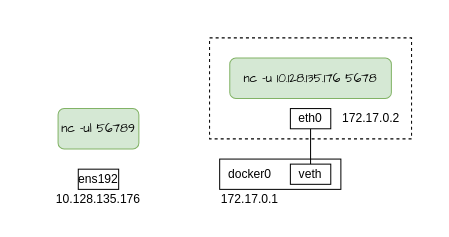
Above: trouble.drawio in Richard-Joe/draw-io (draw.io), before the change. Source tidied: cells renumbered, new cells numbered last; positions are measured from the earlier drawing's top-left corner, leaving out a move shared by most shapes. Both pictures are drawn from the tidied source at 101%, with x=0, y=0 at pixel (58, 37).
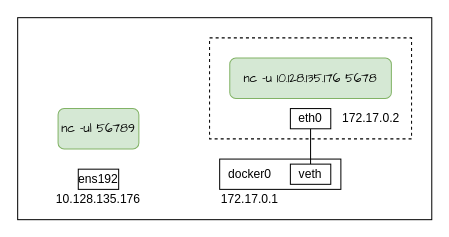
After the change.

Diff of the diagram source:
```diff
@@
 <mxGraphModel>
   <root>
     <mxCell id="0" />
     <mxCell id="1" parent="0" />
+    <mxCell id="14" style="rounded=0;whiteSpace=wrap;html=1;" parent="1" vertex="1">
+      <mxGeometry x="-40" y="-20" width="410" height="200" as="geometry" />
+    </mxCell>
     <mxCell id="2" style="rounded=0;whiteSpace=wrap;html=1;dashed=1;" parent="1" vertex="1">
       <mxGeometry x="150" width="200" height="100" as="geometry" />
     </mxCell>
     <mxCell id="3" value="&lt;font face=&quot;Comic Sans MS&quot;&gt;nc -ul 56789&lt;/font&gt;" style="rounded=1;whiteSpace=wrap;html=1;fillColor=#d5e8d4;strokeColor=#82b366;" parent="1" vertex="1">
       <mxGeometry y="70" width="80" height="40" as="geometry" />
     </mxCell>
     <mxCell id="4" value="&lt;font face=&quot;Comic Sans MS&quot;&gt;nc -u 10.128.135.176 5678&lt;/font&gt;" style="rounded=1;whiteSpace=wrap;html=1;fillColor=#d5e8d4;strokeColor=#82b366;" parent="1" vertex="1">
       <mxGeometry x="170" y="20" width="160" height="40" as="geometry" />
     </mxCell>
     <mxCell id="5" style="rounded=0;whiteSpace=wrap;html=1;" parent="1" vertex="1">
       <mxGeometry x="160" y="120" width="120" height="30" as="geometry" />
     </mxCell>
     <mxCell id="6" value="172.17.0.1" style="text;html=1;strokeColor=none;fillColor=none;align=center;verticalAlign=middle;whiteSpace=wrap;rounded=0;" parent="1" vertex="1">
       <mxGeometry x="160" y="150" width="60" height="20" as="geometry" />
     </mxCell>
     <mxCell id="7" style="edgeStyle=orthogonalEdgeStyle;rounded=0;jettySize=auto;html=1;endArrow=none;endFill=0;" parent="1" edge="1" source="8" target="10">
       <mxGeometry relative="1" as="geometry" />
     </mxCell>
     <mxCell id="8" value="eth0" style="rounded=0;whiteSpace=wrap;html=1;" parent="1" vertex="1">
       <mxGeometry x="230" y="70" width="40" height="20" as="geometry" />
     </mxCell>
     <mxCell id="9" value="docker0" style="text;html=1;strokeColor=none;fillColor=none;align=center;verticalAlign=middle;whiteSpace=wrap;rounded=0;" parent="1" vertex="1">
       <mxGeometry x="160" y="125" width="60" height="20" as="geometry" />
     </mxCell>
     <mxCell id="10" value="veth" style="rounded=0;whiteSpace=wrap;html=1;" parent="1" vertex="1">
       <mxGeometry x="230" y="125" width="40" height="20" as="geometry" />
     </mxCell>
     <mxCell id="11" value="ens192" style="rounded=0;whiteSpace=wrap;html=1;" parent="1" vertex="1">
       <mxGeometry x="20" y="130" width="40" height="20" as="geometry" />
     </mxCell>
     <mxCell id="12" value="172.17.0.2" style="text;html=1;strokeColor=none;fillColor=none;align=center;verticalAlign=middle;whiteSpace=wrap;rounded=0;" parent="1" vertex="1">
       <mxGeometry x="280" y="70" width="60" height="20" as="geometry" />
     </mxCell>
     <mxCell id="13" value="10.128.135.176" style="text;html=1;strokeColor=none;fillColor=none;align=center;verticalAlign=middle;whiteSpace=wrap;rounded=0;" parent="1" vertex="1">
       <mxGeometry y="150" width="80" height="20" as="geometry" />
     </mxCell>
   </root>
 </mxGraphModel>
```
